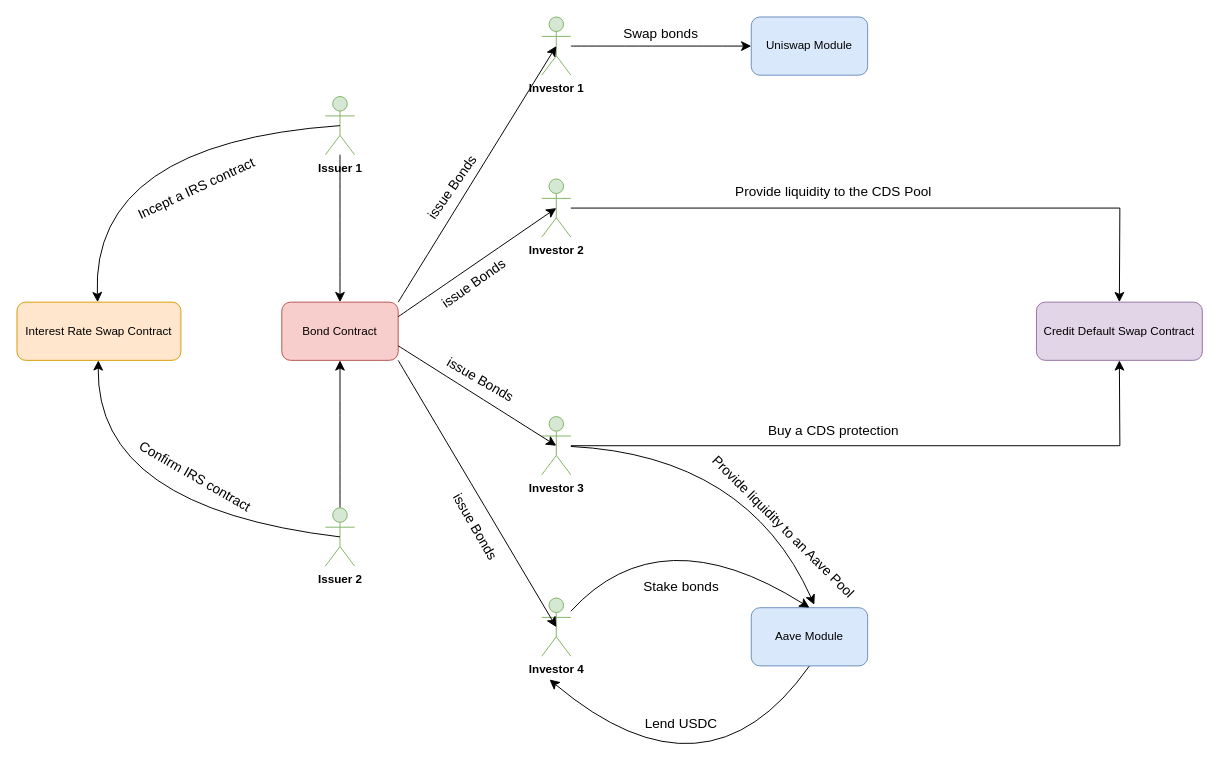
Earlier version of the draw.io diagram DeRiskM.drawio (Edoumou/drawings). Source tidied: cells renumbered, new cells numbered last; positions are measured from the earlier drawing's top-left corner, leaving out a move shared by most shapes. Both pictures are drawn from the tidied source at 97%, with x=0, y=0 at pixel (16, 16).
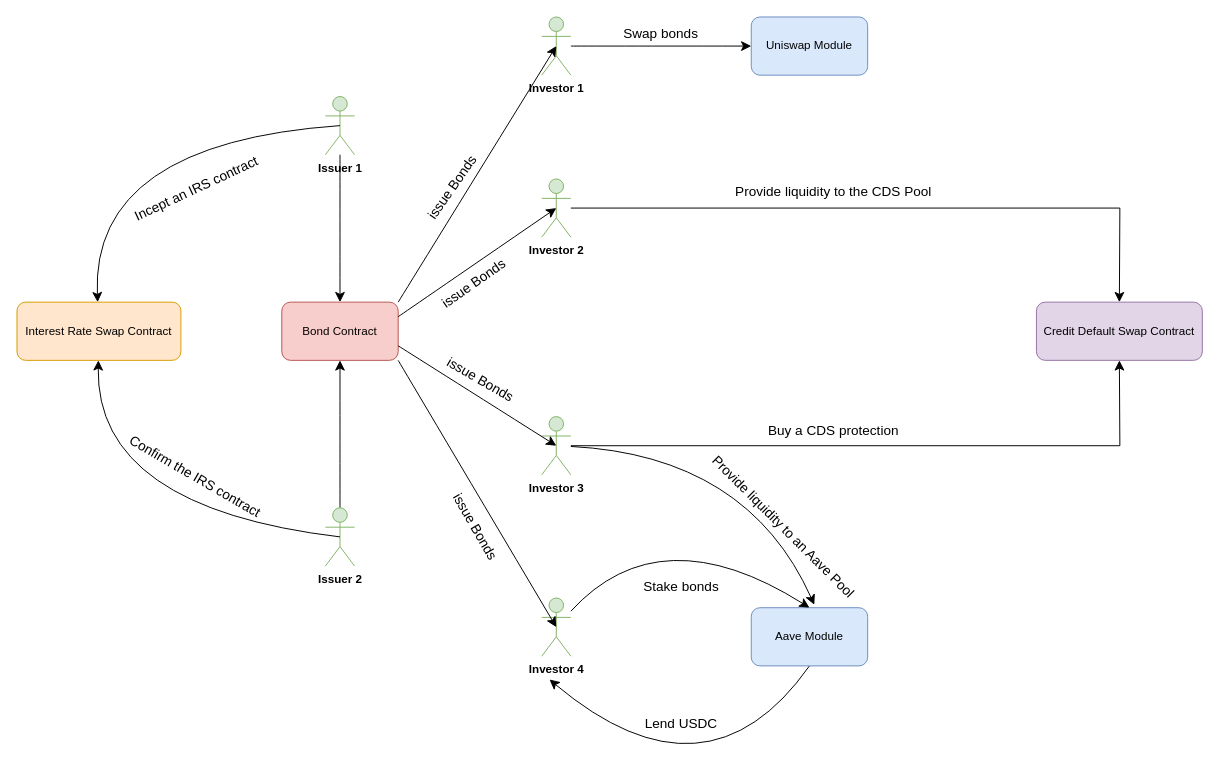
The same page after the edit.

Change to the diagram source:
```diff
@@
-    <mxCell id="23" value="&lt;font style=&quot;font-size: 14px;&quot;&gt;Incept a IRS contract&lt;/font&gt;" style="text;html=1;align=center;verticalAlign=middle;whiteSpace=wrap;rounded=0;fontSize=16;rotation=-25;" parent="1" vertex="1">
+    <mxCell id="23" value="&lt;font style=&quot;font-size: 14px;&quot;&gt;Incept an IRS contract&lt;/font&gt;" style="text;html=1;align=center;verticalAlign=middle;whiteSpace=wrap;rounded=0;fontSize=16;rotation=-25;" parent="1" vertex="1">
       <mxGeometry x="108.4" y="160.5" width="152.5" height="30" as="geometry" />
     </mxCell>
-    <mxCell id="24" value="&lt;font style=&quot;font-size: 14px;&quot;&gt;Confirm IRS contract&lt;/font&gt;" style="text;html=1;align=center;verticalAlign=middle;whiteSpace=wrap;rounded=0;fontSize=16;rotation=30;" parent="1" vertex="1">
+    <mxCell id="24" value="&lt;font style=&quot;font-size: 14px;&quot;&gt;Confirm the IRS contract&lt;/font&gt;" style="text;html=1;align=center;verticalAlign=middle;whiteSpace=wrap;rounded=0;fontSize=16;rotation=30;" parent="1" vertex="1">
       <mxGeometry x="106.1" y="458" width="157" height="30" as="geometry" />
     </mxCell>
```
